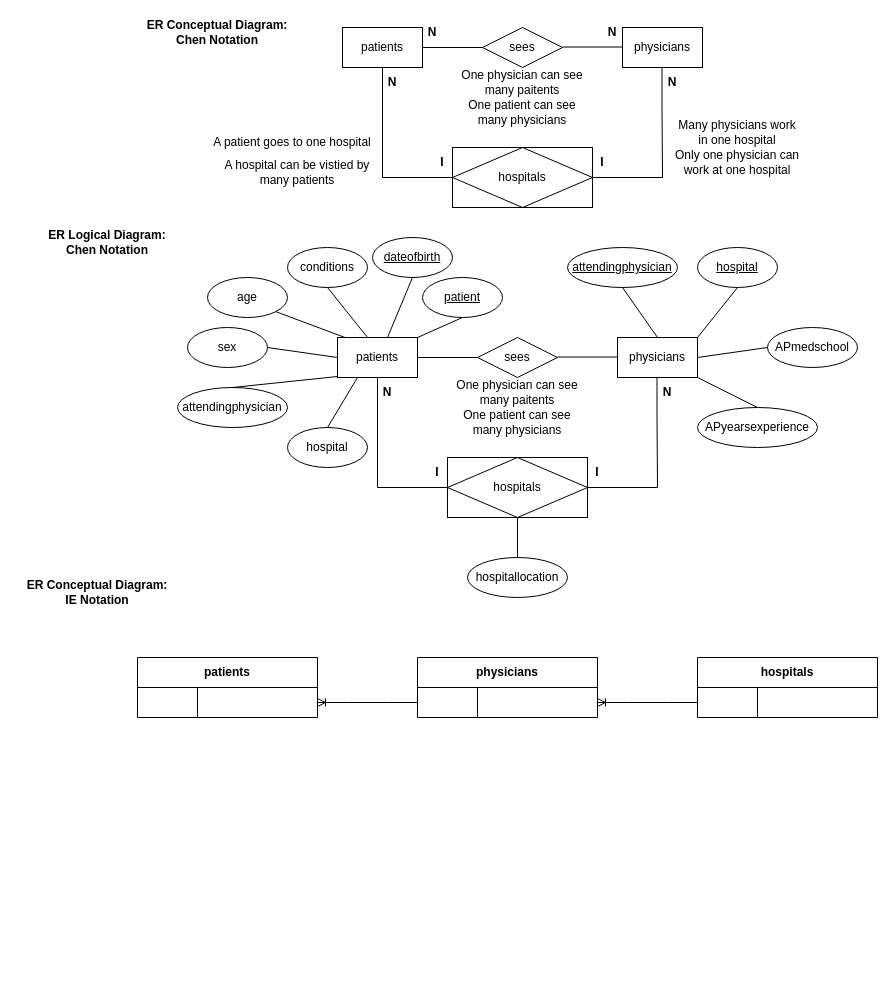
The draw.io diagram healthcare_ERDiagram.drawio in jacquiunciano/pywork-MSDS, before the edit. Source tidied: cells renumbered, new cells numbered last; positions are measured from the earlier drawing's top-left corner, leaving out a move shared by most shapes. Both pictures are drawn from the tidied source at 100%, with x=0, y=0 at pixel (17, 17).
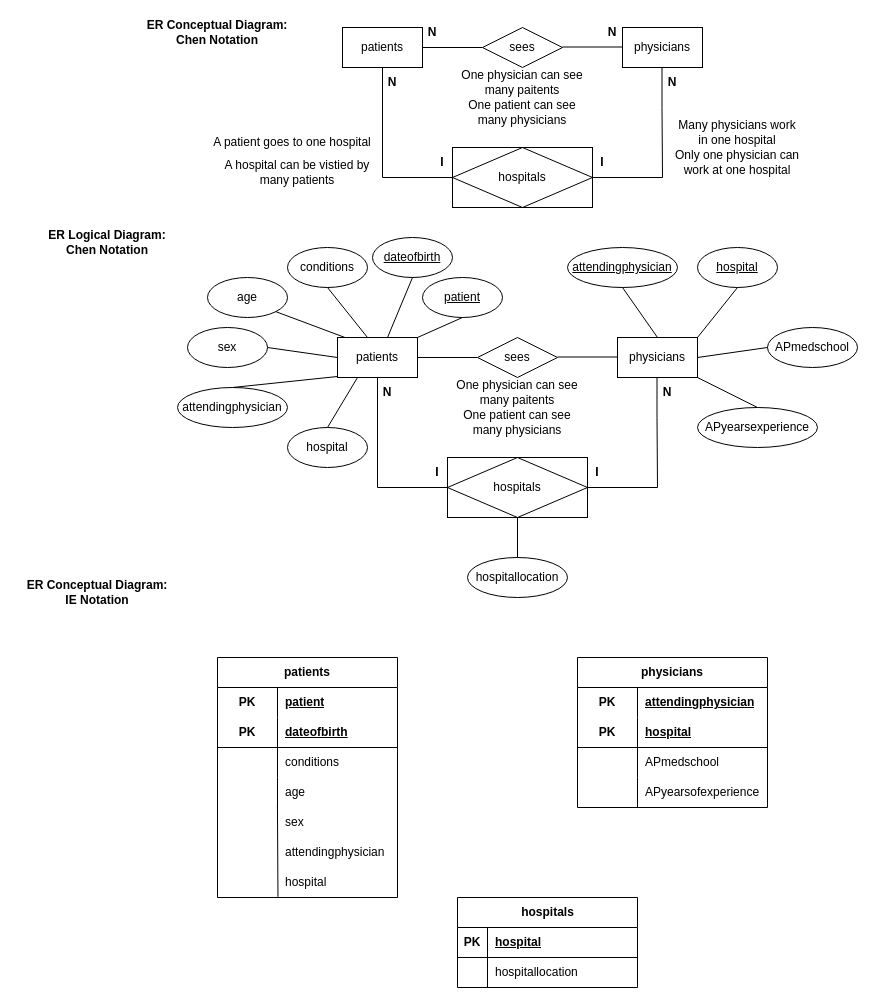
The same page after the edit.

The edit, as a diff of the source:
```diff
@@
-    <mxCell id="38" value="patients" style="shape=table;startSize=30;childLayout=tableLayout;rowLines=0;fontStyle=1;align=center;html=1;whiteSpace=wrap;" parent="1" vertex="1">
-      <mxGeometry x="120" y="640" width="180" height="60" as="geometry" />
-    </mxCell>
-    <mxCell id="39" style="shape=tableRow;horizontal=0;startSize=0;swimlaneHead=0;swimlaneBody=0;fillColor=none;points=[[0,0.5],[1,0.5]];portConstraint=eastwest;top=0;left=0;right=0;bottom=0;html=1;" parent="38" vertex="1">
-      <mxGeometry y="30" width="180" height="30" as="geometry" />
-    </mxCell>
-    <mxCell id="40" style="shape=partialRectangle;fillColor=none;top=0;left=0;bottom=0;right=0;overflow=hidden;html=1;whiteSpace=wrap;" parent="39" vertex="1">
-      <mxGeometry width="60" height="30" as="geometry" />
-    </mxCell>
-    <mxCell id="41" style="shape=partialRectangle;fillColor=none;top=0;left=0;bottom=0;right=0;align=left;spacingLeft=6;overflow=hidden;html=1;whiteSpace=wrap;" parent="39" vertex="1">
-      <mxGeometry x="60" width="120" height="30" as="geometry" />
-    </mxCell>
-    <mxCell id="42" value="physicians" style="shape=table;startSize=30;childLayout=tableLayout;rowLines=0;fontStyle=1;align=center;html=1;whiteSpace=wrap;" parent="1" vertex="1">
-      <mxGeometry x="400" y="640" width="180" height="60" as="geometry" />
-    </mxCell>
-    <mxCell id="43" style="shape=tableRow;horizontal=0;startSize=0;swimlaneHead=0;swimlaneBody=0;fillColor=none;points=[[0,0.5],[1,0.5]];portConstraint=eastwest;top=0;left=0;right=0;bottom=0;html=1;" parent="42" vertex="1">
-      <mxGeometry y="30" width="180" height="30" as="geometry" />
-    </mxCell>
-    <mxCell id="44" style="shape=partialRectangle;fillColor=none;top=0;left=0;bottom=0;right=0;overflow=hidden;html=1;whiteSpace=wrap;" parent="43" vertex="1">
-      <mxGeometry width="60" height="30" as="geometry" />
-    </mxCell>
-    <mxCell id="45" style="shape=partialRectangle;fillColor=none;top=0;left=0;bottom=0;right=0;align=left;spacingLeft=6;overflow=hidden;html=1;whiteSpace=wrap;" parent="43" vertex="1">
-      <mxGeometry x="60" width="120" height="30" as="geometry" />
-    </mxCell>
-    <mxCell id="46" value="hospitals" style="shape=table;startSize=30;childLayout=tableLayout;rowLines=0;fontStyle=1;align=center;html=1;whiteSpace=wrap;" parent="1" vertex="1">
-      <mxGeometry x="680" y="640" width="180" height="60" as="geometry" />
-    </mxCell>
-    <mxCell id="47" style="shape=tableRow;horizontal=0;startSize=0;swimlaneHead=0;swimlaneBody=0;fillColor=none;points=[[0,0.5],[1,0.5]];portConstraint=eastwest;top=0;left=0;right=0;bottom=0;html=1;" parent="46" vertex="1">
-      <mxGeometry y="30" width="180" height="30" as="geometry" />
-    </mxCell>
-    <mxCell id="48" style="shape=partialRectangle;fillColor=none;top=0;left=0;bottom=0;right=0;overflow=hidden;html=1;whiteSpace=wrap;" parent="47" vertex="1">
-      <mxGeometry width="60" height="30" as="geometry" />
-    </mxCell>
-    <mxCell id="49" style="shape=partialRectangle;fillColor=none;top=0;left=0;bottom=0;right=0;align=left;spacingLeft=6;overflow=hidden;html=1;whiteSpace=wrap;" parent="47" vertex="1">
-      <mxGeometry x="60" width="120" height="30" as="geometry" />
-    </mxCell>
-    <mxCell id="50" style="edgeStyle=entityRelationEdgeStyle;fontSize=12;html=1;endArrow=ERoneToMany;rounded=0;entryX=1;entryY=0.5;entryDx=0;entryDy=0;exitX=0;exitY=0.5;exitDx=0;exitDy=0;" parent="1" edge="1" source="43" target="39">
-      <mxGeometry relative="1" as="geometry" />
-    </mxCell>
-    <mxCell id="51" style="edgeStyle=entityRelationEdgeStyle;fontSize=12;html=1;endArrow=ERoneToMany;rounded=0;entryX=1;entryY=0.5;entryDx=0;entryDy=0;exitX=0;exitY=0.5;exitDx=0;exitDy=0;" parent="1" edge="1" source="47" target="43">
-      <mxGeometry relative="1" as="geometry">
-        <Array as="points">
-          <mxPoint x="680" y="805" />
-          <mxPoint x="680" y="815" />
-        </Array>
-      </mxGeometry>
-    </mxCell>
@@
+    <mxCell id="38" value="patients" style="shape=table;startSize=30;childLayout=tableLayout;rowLines=0;fontStyle=1;align=center;html=1;whiteSpace=wrap;" parent="1" vertex="1">
+      <mxGeometry x="200" y="640" width="180" height="240" as="geometry" />
+    </mxCell>
+    <mxCell id="82" style="shape=tableRow;horizontal=0;startSize=0;swimlaneHead=0;swimlaneBody=0;fillColor=none;top=0;left=0;right=0;bottom=0;html=1;" parent="38" vertex="1">
+      <mxGeometry y="30" width="180" height="30" as="geometry" />
+    </mxCell>
+    <mxCell id="83" value="PK" style="shape=partialRectangle;fillColor=none;top=0;left=0;bottom=0;right=0;fontStyle=1;overflow=hidden;html=1;whiteSpace=wrap;" parent="82" vertex="1">
+      <mxGeometry width="60" height="30" as="geometry" />
+    </mxCell>
+    <mxCell id="84" value="patient" style="shape=partialRectangle;fillColor=none;top=0;left=0;bottom=0;right=0;align=left;spacingLeft=6;fontStyle=5;overflow=hidden;html=1;whiteSpace=wrap;" parent="82" vertex="1">
+      <mxGeometry x="60" width="120" height="30" as="geometry" />
+    </mxCell>
+    <mxCell id="85" style="shape=tableRow;horizontal=0;startSize=0;swimlaneHead=0;swimlaneBody=0;fillColor=none;top=0;left=0;right=0;bottom=1;html=1;" parent="38" vertex="1">
+      <mxGeometry y="60" width="180" height="30" as="geometry" />
+    </mxCell>
+    <mxCell id="86" value="PK" style="shape=partialRectangle;fillColor=none;top=0;left=0;bottom=0;right=0;fontStyle=1;overflow=hidden;html=1;whiteSpace=wrap;" parent="85" vertex="1">
+      <mxGeometry width="60" height="30" as="geometry" />
+    </mxCell>
+    <mxCell id="87" value="dateofbirth" style="shape=partialRectangle;fillColor=none;top=0;left=0;bottom=0;right=0;align=left;spacingLeft=6;fontStyle=5;overflow=hidden;html=1;whiteSpace=wrap;" parent="85" vertex="1">
+      <mxGeometry x="60" width="120" height="30" as="geometry" />
+    </mxCell>
+    <mxCell id="88" style="shape=tableRow;horizontal=0;startSize=0;swimlaneHead=0;swimlaneBody=0;fillColor=none;top=0;left=0;right=0;bottom=0;html=1;" parent="38" vertex="1">
+      <mxGeometry y="90" width="180" height="30" as="geometry" />
+    </mxCell>
+    <mxCell id="89" style="shape=partialRectangle;fillColor=none;top=0;left=0;bottom=0;right=0;overflow=hidden;html=1;whiteSpace=wrap;" parent="88" vertex="1">
+      <mxGeometry width="60" height="30" as="geometry" />
+    </mxCell>
+    <mxCell id="90" value="conditions" style="shape=partialRectangle;fillColor=none;top=0;left=0;bottom=0;right=0;align=left;spacingLeft=6;overflow=hidden;html=1;whiteSpace=wrap;" parent="88" vertex="1">
+      <mxGeometry x="60" width="120" height="30" as="geometry" />
+    </mxCell>
+    <mxCell id="91" style="shape=tableRow;horizontal=0;startSize=0;swimlaneHead=0;swimlaneBody=0;fillColor=none;top=0;left=0;right=0;bottom=0;html=1;" parent="38" vertex="1">
+      <mxGeometry y="120" width="180" height="30" as="geometry" />
+    </mxCell>
+    <mxCell id="92" style="shape=partialRectangle;fillColor=none;top=0;left=0;bottom=0;right=0;overflow=hidden;html=1;whiteSpace=wrap;" parent="91" vertex="1">
+      <mxGeometry width="60" height="30" as="geometry" />
+    </mxCell>
+    <mxCell id="93" value="age" style="shape=partialRectangle;fillColor=none;top=0;left=0;bottom=0;right=0;align=left;spacingLeft=6;overflow=hidden;html=1;whiteSpace=wrap;labelBorderColor=none;" parent="91" vertex="1">
+      <mxGeometry x="60" width="120" height="30" as="geometry" />
+    </mxCell>
+    <mxCell id="94" style="shape=tableRow;horizontal=0;startSize=0;swimlaneHead=0;swimlaneBody=0;fillColor=none;points=[[0,0.5],[1,0.5]];portConstraint=eastwest;top=0;left=0;right=0;bottom=0;html=1;swimlaneLine=1;" parent="1" vertex="1">
+      <mxGeometry x="200" y="790" width="180" height="30" as="geometry" />
+    </mxCell>
+    <mxCell id="95" style="shape=partialRectangle;fillColor=none;top=0;left=0;bottom=0;right=0;overflow=hidden;html=1;whiteSpace=wrap;" parent="94" vertex="1">
+      <mxGeometry width="60" height="30" as="geometry" />
+    </mxCell>
+    <mxCell id="96" value="sex" style="shape=partialRectangle;fillColor=none;top=0;left=0;bottom=0;right=0;align=left;spacingLeft=6;overflow=hidden;html=1;whiteSpace=wrap;strokeColor=#000000;" parent="94" vertex="1">
+      <mxGeometry x="60" width="120" height="30" as="geometry" />
+    </mxCell>
+    <mxCell id="97" style="shape=tableRow;horizontal=0;startSize=0;swimlaneHead=0;swimlaneBody=0;fillColor=none;top=0;left=0;right=0;bottom=0;html=1;" parent="1" vertex="1">
+      <mxGeometry x="200" y="820" width="180" height="30" as="geometry" />
+    </mxCell>
+    <mxCell id="98" style="shape=partialRectangle;fillColor=none;top=0;left=0;bottom=0;right=0;overflow=hidden;html=1;whiteSpace=wrap;" parent="97" vertex="1">
+      <mxGeometry width="60" height="30" as="geometry" />
+    </mxCell>
+    <mxCell id="99" value="attendingphysician" style="shape=partialRectangle;fillColor=none;top=0;left=0;bottom=0;right=0;align=left;spacingLeft=6;overflow=hidden;html=1;whiteSpace=wrap;" parent="97" vertex="1">
+      <mxGeometry x="60" width="120" height="30" as="geometry" />
+    </mxCell>
+    <mxCell id="100" style="shape=tableRow;horizontal=0;startSize=0;swimlaneHead=0;swimlaneBody=0;fillColor=none;points=[[0,0.5],[1,0.5]];portConstraint=eastwest;top=0;left=0;right=0;bottom=0;html=1;" parent="1" vertex="1">
+      <mxGeometry x="200" y="850" width="180" height="30" as="geometry" />
+    </mxCell>
+    <mxCell id="101" style="shape=partialRectangle;fillColor=none;top=0;left=0;bottom=0;right=0;overflow=hidden;html=1;whiteSpace=wrap;" parent="100" vertex="1">
+      <mxGeometry width="60" height="30" as="geometry" />
+    </mxCell>
+    <mxCell id="102" value="hospital" style="shape=partialRectangle;fillColor=none;top=0;left=0;bottom=0;right=0;align=left;spacingLeft=6;overflow=hidden;html=1;whiteSpace=wrap;" parent="100" vertex="1">
+      <mxGeometry x="60" width="120" height="30" as="geometry" />
+    </mxCell>
+    <mxCell id="103" style="endArrow=none;html=1;rounded=0;entryX=0.333;entryY=-0.064;entryDx=0;entryDy=0;entryPerimeter=0;exitX=0.336;exitY=0.977;exitDx=0;exitDy=0;exitPerimeter=0;" parent="1" edge="1" source="100" target="94">
+      <mxGeometry relative="1" as="geometry" />
+    </mxCell>
+    <mxCell id="42" value="physicians" style="shape=table;startSize=30;childLayout=tableLayout;rowLines=0;fontStyle=1;align=center;html=1;whiteSpace=wrap;" parent="1" vertex="1">
+      <mxGeometry x="560" y="640" width="190" height="150" as="geometry" />
+    </mxCell>
+    <mxCell id="104" style="shape=tableRow;horizontal=0;startSize=0;swimlaneHead=0;swimlaneBody=0;fillColor=none;top=0;left=0;right=0;bottom=0;html=1;" parent="42" vertex="1">
+      <mxGeometry y="30" width="190" height="30" as="geometry" />
+    </mxCell>
+    <mxCell id="105" value="PK" style="shape=partialRectangle;fillColor=none;top=0;left=0;bottom=0;right=0;fontStyle=1;overflow=hidden;html=1;whiteSpace=wrap;" parent="104" vertex="1">
+      <mxGeometry width="60" height="30" as="geometry" />
+    </mxCell>
+    <mxCell id="106" value="attendingphysician" style="shape=partialRectangle;fillColor=none;top=0;left=0;bottom=0;right=0;align=left;spacingLeft=6;fontStyle=5;overflow=hidden;html=1;whiteSpace=wrap;" parent="104" vertex="1">
+      <mxGeometry x="60" width="130" height="30" as="geometry" />
+    </mxCell>
+    <mxCell id="107" style="shape=tableRow;horizontal=0;startSize=0;swimlaneHead=0;swimlaneBody=0;fillColor=none;top=0;left=0;right=0;bottom=1;html=1;" parent="42" vertex="1">
+      <mxGeometry y="60" width="190" height="30" as="geometry" />
+    </mxCell>
+    <mxCell id="108" value="PK" style="shape=partialRectangle;fillColor=none;top=0;left=0;bottom=0;right=0;fontStyle=1;overflow=hidden;html=1;whiteSpace=wrap;" parent="107" vertex="1">
+      <mxGeometry width="60" height="30" as="geometry" />
+    </mxCell>
+    <mxCell id="109" value="hospital" style="shape=partialRectangle;fillColor=none;top=0;left=0;bottom=0;right=0;align=left;spacingLeft=6;fontStyle=5;overflow=hidden;html=1;whiteSpace=wrap;" parent="107" vertex="1">
+      <mxGeometry x="60" width="130" height="30" as="geometry" />
+    </mxCell>
+    <mxCell id="110" style="shape=tableRow;horizontal=0;startSize=0;swimlaneHead=0;swimlaneBody=0;fillColor=none;top=0;left=0;right=0;bottom=0;html=1;" parent="42" vertex="1">
+      <mxGeometry y="90" width="190" height="30" as="geometry" />
+    </mxCell>
+    <mxCell id="111" style="shape=partialRectangle;fillColor=none;top=0;left=0;bottom=0;right=0;overflow=hidden;html=1;whiteSpace=wrap;" parent="110" vertex="1">
+      <mxGeometry width="60" height="30" as="geometry" />
+    </mxCell>
+    <mxCell id="112" value="APmedschool" style="shape=partialRectangle;fillColor=none;top=0;left=0;bottom=0;right=0;align=left;spacingLeft=6;overflow=hidden;html=1;whiteSpace=wrap;" parent="110" vertex="1">
+      <mxGeometry x="60" width="130" height="30" as="geometry" />
+    </mxCell>
+    <mxCell id="113" style="shape=tableRow;horizontal=0;startSize=0;swimlaneHead=0;swimlaneBody=0;fillColor=none;top=0;left=0;right=0;bottom=0;html=1;" parent="42" vertex="1">
+      <mxGeometry y="120" width="190" height="30" as="geometry" />
+    </mxCell>
+    <mxCell id="114" style="shape=partialRectangle;fillColor=none;top=0;left=0;bottom=0;right=0;overflow=hidden;html=1;whiteSpace=wrap;" parent="113" vertex="1">
+      <mxGeometry width="60" height="30" as="geometry" />
+    </mxCell>
+    <mxCell id="115" value="APyearsofexperience" style="shape=partialRectangle;fillColor=none;top=0;left=0;bottom=0;right=0;align=left;spacingLeft=6;overflow=hidden;html=1;whiteSpace=wrap;" parent="113" vertex="1">
+      <mxGeometry x="60" width="130" height="30" as="geometry" />
+    </mxCell>
+    <mxCell id="46" value="hospitals" style="shape=table;startSize=30;childLayout=tableLayout;rowLines=0;fontStyle=1;align=center;html=1;" parent="1" vertex="1">
+      <mxGeometry x="440" y="880" width="180" height="90" as="geometry" />
+    </mxCell>
+    <mxCell id="116" style="shape=tableRow;horizontal=0;startSize=0;swimlaneHead=0;swimlaneBody=0;fillColor=none;top=0;left=0;right=0;bottom=1;" parent="46" vertex="1">
+      <mxGeometry y="30" width="180" height="30" as="geometry" />
+    </mxCell>
+    <mxCell id="117" value="PK" style="shape=partialRectangle;fillColor=none;top=0;left=0;bottom=0;right=0;fontStyle=1;overflow=hidden;whiteSpace=wrap;html=1;" parent="116" vertex="1">
+      <mxGeometry width="30" height="30" as="geometry" />
+    </mxCell>
+    <mxCell id="118" value="hospital" style="shape=partialRectangle;fillColor=none;top=0;left=0;bottom=0;right=0;align=left;spacingLeft=6;fontStyle=5;overflow=hidden;whiteSpace=wrap;html=1;" parent="116" vertex="1">
+      <mxGeometry x="30" width="150" height="30" as="geometry" />
+    </mxCell>
+    <mxCell id="119" style="shape=tableRow;horizontal=0;startSize=0;swimlaneHead=0;swimlaneBody=0;fillColor=none;top=0;left=0;right=0;bottom=0;" parent="46" vertex="1">
+      <mxGeometry y="60" width="180" height="30" as="geometry" />
+    </mxCell>
+    <mxCell id="120" style="shape=partialRectangle;fillColor=none;top=0;left=0;bottom=0;right=0;overflow=hidden;whiteSpace=wrap;html=1;" parent="119" vertex="1">
+      <mxGeometry width="30" height="30" as="geometry" />
+    </mxCell>
+    <mxCell id="121" value="hospitallocation" style="shape=partialRectangle;fillColor=none;top=0;left=0;bottom=0;right=0;align=left;spacingLeft=6;overflow=hidden;whiteSpace=wrap;html=1;" parent="119" vertex="1">
+      <mxGeometry x="30" width="150" height="30" as="geometry" />
+    </mxCell>
```
